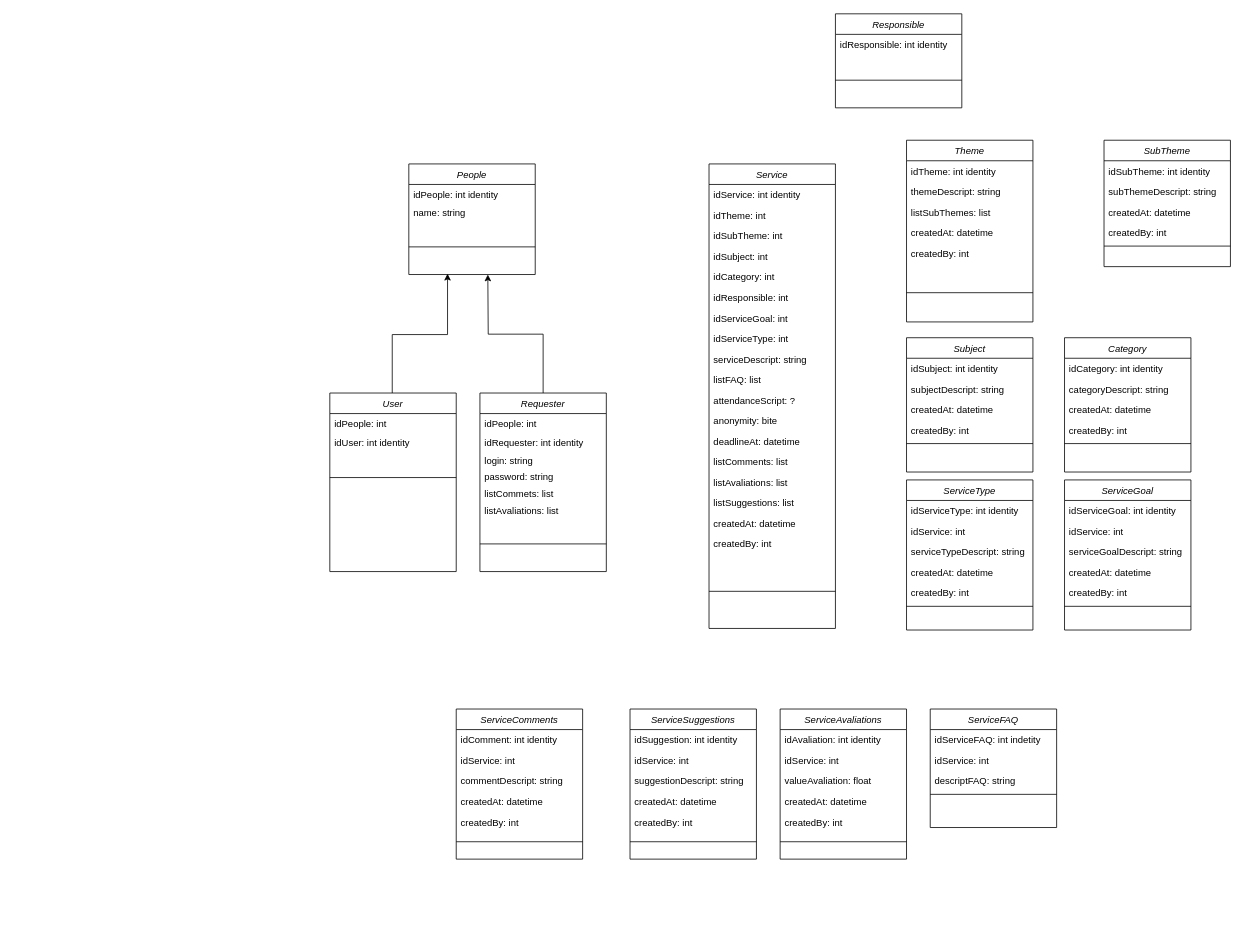
The draw.io diagram diagramaclasseCMS.drawio in scsoliveira/POO-CSharp, before the edit. Source tidied: cells renumbered, new cells numbered last; positions are measured from the earlier drawing's top-left corner, leaving out a move shared by most shapes. Both pictures are drawn from the tidied source at 79%, with x=0, y=0 at pixel (329, 13).
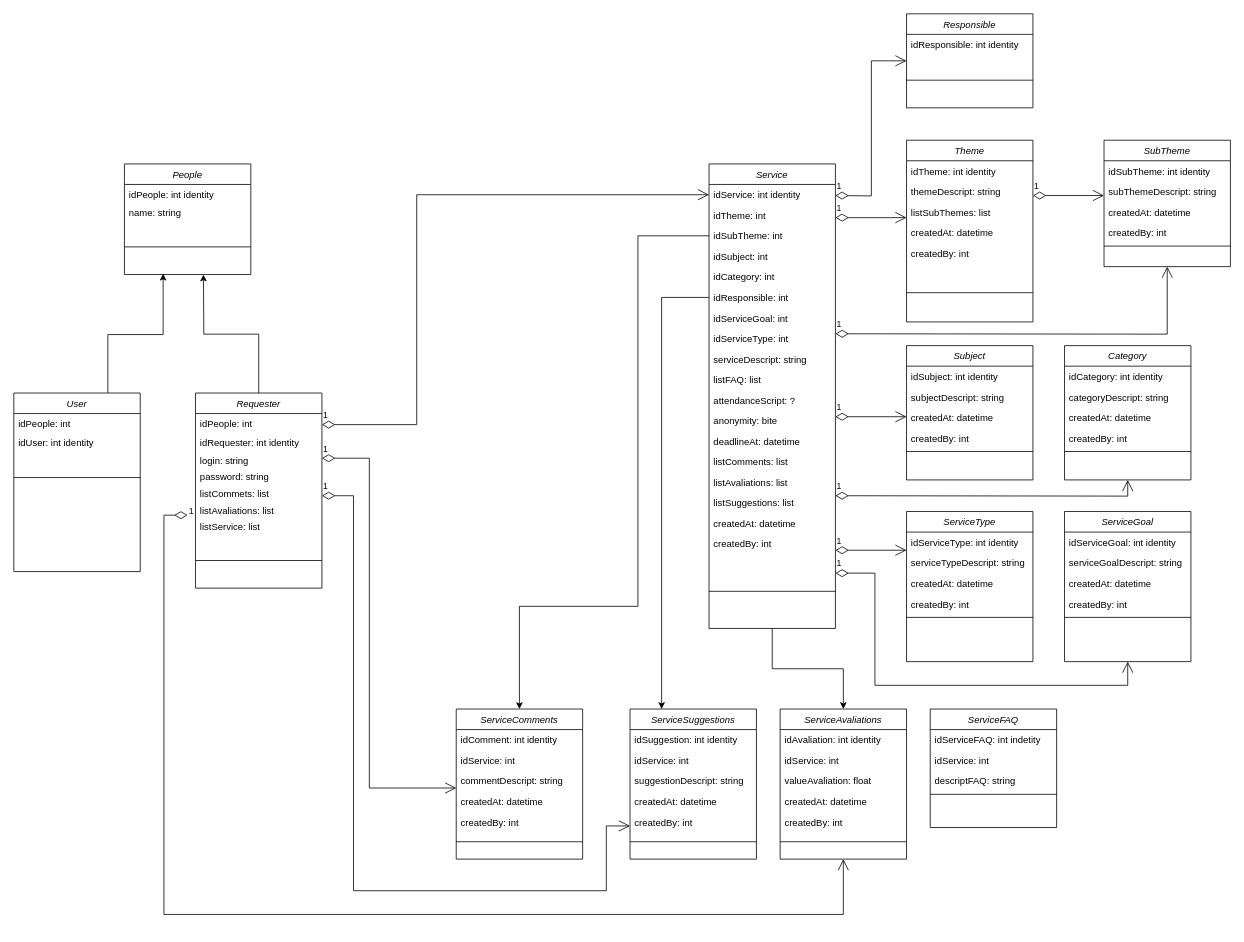
After the change.

Unchanged cells that the change refers to:
```xml
<mxCell id="2" value="ServiceComments" style="swimlane;fontStyle=2;align=center;verticalAlign=top;horizontal=1;startSize=26;rounded=0;shadow=0;strokeWidth=1;" parent="1" vertex="1">
  <mxGeometry x="160" y="880" width="160" height="190" as="geometry" />
</mxCell>
<mxCell id="6" value="createdAt: datetime" style="text;align=left;verticalAlign=top;spacingLeft=4;spacingRight=4;overflow=hidden;points=[[0,0.5],[1,0.5]];portConstraint=eastwest;rounded=0;shadow=0;html=0;" parent="2" vertex="1">
  <mxGeometry y="104" width="160" height="26" as="geometry" />
</mxCell>
<mxCell id="21" value="ServiceAvaliations" style="swimlane;fontStyle=2;align=center;verticalAlign=top;horizontal=1;startSize=26;rounded=0;shadow=0;strokeWidth=1;" parent="1" vertex="1">
  <mxGeometry x="570" y="880" width="160" height="190" as="geometry" />
</mxCell>
<mxCell id="28" value="SubTheme" style="swimlane;fontStyle=2;align=center;verticalAlign=top;horizontal=1;startSize=26;rounded=0;shadow=0;strokeWidth=1;" parent="1" vertex="1">
  <mxGeometry x="980" y="160" width="160" height="160" as="geometry" />
</mxCell>
<mxCell id="37" value="Service" style="swimlane;fontStyle=2;align=center;verticalAlign=top;horizontal=1;startSize=26;rounded=0;shadow=0;strokeWidth=1;" parent="1" vertex="1">
  <mxGeometry x="480" y="190" width="160" height="588" as="geometry" />
</mxCell>
<mxCell id="38" value="idService: int identity" style="text;align=left;verticalAlign=top;spacingLeft=4;spacingRight=4;overflow=hidden;points=[[0,0.5],[1,0.5]];portConstraint=eastwest;" parent="37" vertex="1">
  <mxGeometry y="26" width="160" height="26" as="geometry" />
</mxCell>
<mxCell id="40" value="idSubTheme: int" style="text;align=left;verticalAlign=top;spacingLeft=4;spacingRight=4;overflow=hidden;points=[[0,0.5],[1,0.5]];portConstraint=eastwest;rounded=0;shadow=0;html=0;" parent="37" vertex="1">
  <mxGeometry y="78" width="160" height="26" as="geometry" />
</mxCell>
<mxCell id="43" value="idResponsible: int" style="text;align=left;verticalAlign=top;spacingLeft=4;spacingRight=4;overflow=hidden;points=[[0,0.5],[1,0.5]];portConstraint=eastwest;rounded=0;shadow=0;html=0;" parent="37" vertex="1">
  <mxGeometry y="156" width="160" height="26" as="geometry" />
</mxCell>
<mxCell id="92" value="login: string" style="text;align=left;verticalAlign=top;spacingLeft=4;spacingRight=4;overflow=hidden;points=[[0,0.5],[1,0.5]];portConstraint=eastwest;" parent="89" vertex="1">
  <mxGeometry y="72" width="160" height="21" as="geometry" />
</mxCell>
<mxCell id="101" value="ServiceSuggestions" style="swimlane;fontStyle=2;align=center;verticalAlign=top;horizontal=1;startSize=26;rounded=0;shadow=0;strokeWidth=1;" parent="1" vertex="1">
  <mxGeometry x="380" y="880" width="160" height="190" as="geometry" />
</mxCell>
<mxCell id="106" value="createdBy: int " style="text;align=left;verticalAlign=top;spacingLeft=4;spacingRight=4;overflow=hidden;points=[[0,0.5],[1,0.5]];portConstraint=eastwest;rounded=0;shadow=0;html=0;" parent="101" vertex="1">
  <mxGeometry y="130" width="160" height="36" as="geometry" />
</mxCell>
```

Diff of the diagram source:
```diff
@@
     <mxCell id="9" style="edgeStyle=orthogonalEdgeStyle;rounded=0;orthogonalLoop=1;jettySize=auto;html=1;" parent="1" edge="1">
       <mxGeometry relative="1" as="geometry">
-        <mxPoint x="79" y="483" as="sourcePoint" />
-        <mxPoint x="149" y="329" as="targetPoint" />
+        <mxPoint x="-281" y="483" as="sourcePoint" />
+        <mxPoint x="-211" y="329" as="targetPoint" />
         <Array as="points">
-          <mxPoint x="79" y="406" />
-          <mxPoint x="149" y="406" />
+          <mxPoint x="-281" y="406" />
+          <mxPoint x="-211" y="406" />
         </Array>
       </mxGeometry>
     </mxCell>
     <mxCell id="10" value="User" style="swimlane;fontStyle=2;align=center;verticalAlign=top;horizontal=1;startSize=26;rounded=0;shadow=0;strokeWidth=1;" parent="1" vertex="1">
-      <mxGeometry y="480" width="160" height="226" as="geometry" />
+      <mxGeometry x="-400" y="480" width="160" height="226" as="geometry" />
     </mxCell>
@@
     <mxCell id="34" value="Responsible" style="swimlane;fontStyle=2;align=center;verticalAlign=top;horizontal=1;startSize=26;rounded=0;shadow=0;strokeWidth=1;" parent="1" vertex="1">
-      <mxGeometry x="640" width="160" height="119" as="geometry" />
+      <mxGeometry x="730" width="160" height="119" as="geometry" />
     </mxCell>
@@
+    <mxCell id="108" style="edgeStyle=orthogonalEdgeStyle;rounded=0;jettySize=auto;html=1;exitX=0.5;exitY=1;exitDx=0;exitDy=0;" parent="1" edge="1" source="37" target="21">
+      <mxGeometry relative="1" as="geometry" />
+    </mxCell>
@@
     <mxCell id="57" value="ServiceGoal" style="swimlane;fontStyle=2;align=center;verticalAlign=top;horizontal=1;startSize=26;rounded=0;shadow=0;strokeWidth=1;" parent="1" vertex="1">
-      <mxGeometry x="930" y="590" width="160" height="190" as="geometry" />
+      <mxGeometry x="930" y="630" width="160" height="190" as="geometry" />
     </mxCell>
@@
-    <mxCell id="59" value="idService: int" style="text;align=left;verticalAlign=top;spacingLeft=4;spacingRight=4;overflow=hidden;rounded=0;shadow=0;html=0;" parent="57" vertex="1">
-      <mxGeometry y="52" width="160" height="26" as="geometry" />
-    </mxCell>
     <mxCell id="60" value="serviceGoalDescript: string" style="text;align=left;verticalAlign=top;spacingLeft=4;spacingRight=4;overflow=hidden;rounded=0;shadow=0;html=0;" parent="57" vertex="1">
-      <mxGeometry y="78" width="160" height="26" as="geometry" />
+      <mxGeometry y="52" width="160" height="26" as="geometry" />
     </mxCell>
     <mxCell id="61" value="createdAt: datetime" style="text;align=left;verticalAlign=top;spacingLeft=4;spacingRight=4;overflow=hidden;rounded=0;shadow=0;html=0;" parent="57" vertex="1">
-      <mxGeometry y="104" width="160" height="26" as="geometry" />
+      <mxGeometry y="78" width="160" height="26" as="geometry" />
     </mxCell>
     <mxCell id="62" value="createdBy: int " style="text;align=left;verticalAlign=top;spacingLeft=4;spacingRight=4;overflow=hidden;rounded=0;shadow=0;html=0;" parent="57" vertex="1">
-      <mxGeometry y="130" width="160" height="26" as="geometry" />
+      <mxGeometry y="104" width="160" height="26" as="geometry" />
     </mxCell>
     <mxCell id="63" style="line;html=1;strokeWidth=1;align=left;verticalAlign=middle;spacingTop=-1;spacingLeft=3;spacingRight=3;labelPosition=right;" parent="57" vertex="1">
-      <mxGeometry y="156" width="160" height="8" as="geometry" />
+      <mxGeometry y="130" width="160" height="8" as="geometry" />
     </mxCell>
     <mxCell id="64" value="ServiceType" style="swimlane;fontStyle=2;align=center;verticalAlign=top;horizontal=1;startSize=26;rounded=0;shadow=0;strokeWidth=1;" parent="1" vertex="1">
-      <mxGeometry x="730" y="590" width="160" height="190" as="geometry" />
+      <mxGeometry x="730" y="630" width="160" height="190" as="geometry" />
     </mxCell>
@@
-    <mxCell id="66" value="idService: int" style="text;align=left;verticalAlign=top;spacingLeft=4;spacingRight=4;overflow=hidden;rounded=0;shadow=0;html=0;" parent="64" vertex="1">
-      <mxGeometry y="52" width="160" height="26" as="geometry" />
-    </mxCell>
+    <mxCell id="109" value="1" style="endArrow=open;html=1;endSize=12;startArrow=diamondThin;startSize=14;startFill=0;edgeStyle=orthogonalEdgeStyle;align=left;verticalAlign=bottom;rounded=0;entryX=0.5;entryY=1;entryDx=0;entryDy=0;" parent="64" edge="1" target="57">
+      <mxGeometry x="-1" y="3" relative="1" as="geometry">
+        <mxPoint x="-90" y="78" as="sourcePoint" />
+        <Array as="points">
+          <mxPoint x="-40" y="78" />
+          <mxPoint x="-40" y="220" />
+          <mxPoint x="280" y="220" />
+        </Array>
+      </mxGeometry>
+    </mxCell>
     <mxCell id="67" value="serviceTypeDescript: string" style="text;align=left;verticalAlign=top;spacingLeft=4;spacingRight=4;overflow=hidden;rounded=0;shadow=0;html=0;" parent="64" vertex="1">
-      <mxGeometry y="78" width="160" height="26" as="geometry" />
+      <mxGeometry y="52" width="160" height="26" as="geometry" />
     </mxCell>
     <mxCell id="68" value="createdAt: datetime" style="text;align=left;verticalAlign=top;spacingLeft=4;spacingRight=4;overflow=hidden;rounded=0;shadow=0;html=0;" parent="64" vertex="1">
-      <mxGeometry y="104" width="160" height="26" as="geometry" />
+      <mxGeometry y="78" width="160" height="26" as="geometry" />
     </mxCell>
     <mxCell id="69" value="createdBy: int " style="text;align=left;verticalAlign=top;spacingLeft=4;spacingRight=4;overflow=hidden;rounded=0;shadow=0;html=0;" parent="64" vertex="1">
-      <mxGeometry y="130" width="160" height="26" as="geometry" />
+      <mxGeometry y="104" width="160" height="26" as="geometry" />
     </mxCell>
     <mxCell id="70" style="line;html=1;strokeWidth=1;align=left;verticalAlign=middle;spacingTop=-1;spacingLeft=3;spacingRight=3;labelPosition=right;" parent="64" vertex="1">
-      <mxGeometry y="156" width="160" height="8" as="geometry" />
+      <mxGeometry y="130" width="160" height="8" as="geometry" />
     </mxCell>
@@
     <mxCell id="76" value="Subject" style="swimlane;fontStyle=2;align=center;verticalAlign=top;horizontal=1;startSize=26;rounded=0;shadow=0;strokeWidth=1;" parent="1" vertex="1">
-      <mxGeometry x="730" y="410" width="160" height="170" as="geometry" />
+      <mxGeometry x="730" y="420" width="160" height="170" as="geometry" />
     </mxCell>
@@
     <mxCell id="82" value="Category" style="swimlane;fontStyle=2;align=center;verticalAlign=top;horizontal=1;startSize=26;rounded=0;shadow=0;strokeWidth=1;" parent="1" vertex="1">
-      <mxGeometry x="930" y="410" width="160" height="170" as="geometry" />
+      <mxGeometry x="930" y="420" width="160" height="170" as="geometry" />
     </mxCell>
@@
     <mxCell id="88" style="edgeStyle=orthogonalEdgeStyle;rounded=0;jettySize=auto;html=1;" parent="1" edge="1" source="89">
       <mxGeometry relative="1" as="geometry">
-        <mxPoint x="200" y="330" as="targetPoint" />
+        <mxPoint x="-160" y="330" as="targetPoint" />
       </mxGeometry>
     </mxCell>
     <mxCell id="89" value="Requester" style="swimlane;fontStyle=2;align=center;verticalAlign=top;horizontal=1;startSize=26;rounded=0;shadow=0;strokeWidth=1;" parent="1" vertex="1">
-      <mxGeometry x="190" y="480" width="160" height="226" as="geometry" />
+      <mxGeometry x="-170" y="480" width="160" height="247" as="geometry" />
     </mxCell>
@@
+    <mxCell id="110" value="1" style="endArrow=open;html=1;endSize=12;startArrow=diamondThin;startSize=14;startFill=0;edgeStyle=orthogonalEdgeStyle;align=left;verticalAlign=bottom;rounded=0;entryX=0.5;entryY=1;entryDx=0;entryDy=0;" parent="89" edge="1" target="21">
+      <mxGeometry x="-1" y="3" relative="1" as="geometry">
+        <mxPoint x="-10" y="154.6" as="sourcePoint" />
+        <Array as="points">
+          <mxPoint x="-40" y="155" />
+          <mxPoint x="-40" y="660" />
+          <mxPoint x="820" y="660" />
+        </Array>
+      </mxGeometry>
+    </mxCell>
+    <mxCell id="111" value="listService: list" style="text;align=left;verticalAlign=top;spacingLeft=4;spacingRight=4;overflow=hidden;" parent="89" vertex="1">
+      <mxGeometry y="156" width="160" height="21" as="geometry" />
+    </mxCell>
     <mxCell id="96" style="line;html=1;strokeWidth=1;align=left;verticalAlign=middle;spacingTop=-1;spacingLeft=3;spacingRight=3;labelPosition=right;" parent="89" vertex="1">
-      <mxGeometry y="156" width="160" height="70" as="geometry" />
+      <mxGeometry y="177" width="160" height="70" as="geometry" />
     </mxCell>
     <mxCell id="97" value="People" style="swimlane;fontStyle=2;align=center;verticalAlign=top;horizontal=1;startSize=26;rounded=0;shadow=0;strokeWidth=1;" parent="1" vertex="1">
-      <mxGeometry x="100" y="190" width="160" height="140" as="geometry" />
+      <mxGeometry x="-260" y="190" width="160" height="140" as="geometry" />
     </mxCell>
@@
+    <mxCell id="112" value="1" style="endArrow=open;html=1;endSize=12;startArrow=diamondThin;startSize=14;startFill=0;edgeStyle=orthogonalEdgeStyle;align=left;verticalAlign=bottom;rounded=0;" parent="1" edge="1">
+      <mxGeometry x="-1" y="3" relative="1" as="geometry">
+        <mxPoint x="640" y="258" as="sourcePoint" />
+        <mxPoint x="730" y="258" as="targetPoint" />
+      </mxGeometry>
+    </mxCell>
+    <mxCell id="113" value="1" style="endArrow=open;html=1;endSize=12;startArrow=diamondThin;startSize=14;startFill=0;edgeStyle=orthogonalEdgeStyle;align=left;verticalAlign=bottom;rounded=0;entryX=0.5;entryY=1;entryDx=0;entryDy=0;" parent="1" edge="1" target="28">
+      <mxGeometry x="-1" y="3" relative="1" as="geometry">
+        <mxPoint x="640" y="405" as="sourcePoint" />
+      </mxGeometry>
+    </mxCell>
+    <mxCell id="114" value="1" style="endArrow=open;html=1;endSize=12;startArrow=diamondThin;startSize=14;startFill=0;edgeStyle=orthogonalEdgeStyle;align=left;verticalAlign=bottom;rounded=0;" parent="1" edge="1">
+      <mxGeometry x="-1" y="3" relative="1" as="geometry">
+        <mxPoint x="640" y="510" as="sourcePoint" />
+        <mxPoint x="730" y="510" as="targetPoint" />
+      </mxGeometry>
+    </mxCell>
+    <mxCell id="115" value="1" style="endArrow=open;html=1;endSize=12;startArrow=diamondThin;startSize=14;startFill=0;edgeStyle=orthogonalEdgeStyle;align=left;verticalAlign=bottom;rounded=0;entryX=0.5;entryY=1;entryDx=0;entryDy=0;" parent="1" edge="1" target="82">
+      <mxGeometry x="-1" y="3" relative="1" as="geometry">
+        <mxPoint x="640" y="610" as="sourcePoint" />
+      </mxGeometry>
+    </mxCell>
+    <mxCell id="116" value="1" style="endArrow=open;html=1;endSize=12;startArrow=diamondThin;startSize=14;startFill=0;edgeStyle=orthogonalEdgeStyle;align=left;verticalAlign=bottom;rounded=0;" parent="1" edge="1">
+      <mxGeometry x="-1" y="3" relative="1" as="geometry">
+        <mxPoint x="640" y="679" as="sourcePoint" />
+        <mxPoint x="730" y="679" as="targetPoint" />
+      </mxGeometry>
+    </mxCell>
+    <mxCell id="117" value="1" style="endArrow=open;html=1;endSize=12;startArrow=diamondThin;startSize=14;startFill=0;edgeStyle=orthogonalEdgeStyle;align=left;verticalAlign=bottom;rounded=0;entryX=0;entryY=0.5;entryDx=0;entryDy=0;" parent="1" edge="1" target="34">
+      <mxGeometry x="-1" y="3" relative="1" as="geometry">
+        <mxPoint x="640" y="230" as="sourcePoint" />
+      </mxGeometry>
+    </mxCell>
+    <mxCell id="118" value="1" style="endArrow=open;html=1;endSize=12;startArrow=diamondThin;startSize=14;startFill=0;edgeStyle=orthogonalEdgeStyle;align=left;verticalAlign=bottom;rounded=0;" parent="1" edge="1">
+      <mxGeometry x="-1" y="3" relative="1" as="geometry">
+        <mxPoint x="890" y="230" as="sourcePoint" />
+        <mxPoint x="980" y="230" as="targetPoint" />
+      </mxGeometry>
+    </mxCell>
+    <mxCell id="119" style="edgeStyle=orthogonalEdgeStyle;rounded=0;jettySize=auto;html=1;entryX=0.5;entryY=0;entryDx=0;entryDy=0;exitX=0;exitY=0.5;exitDx=0;exitDy=0;" parent="1" edge="1" source="40" target="2">
+      <mxGeometry relative="1" as="geometry">
+        <Array as="points">
+          <mxPoint x="390" y="281" />
+          <mxPoint x="390" y="750" />
+          <mxPoint x="240" y="750" />
+        </Array>
+      </mxGeometry>
+    </mxCell>
+    <mxCell id="120" style="edgeStyle=orthogonalEdgeStyle;rounded=0;jettySize=auto;html=1;exitX=0;exitY=0.5;exitDx=0;exitDy=0;entryX=0.25;entryY=0;entryDx=0;entryDy=0;" parent="1" edge="1" source="43" target="101">
+      <mxGeometry relative="1" as="geometry" />
+    </mxCell>
+    <mxCell id="121" value="1" style="endArrow=open;html=1;endSize=12;startArrow=diamondThin;startSize=14;startFill=0;edgeStyle=orthogonalEdgeStyle;align=left;verticalAlign=bottom;rounded=0;entryX=0;entryY=-0.154;entryDx=0;entryDy=0;entryPerimeter=0;exitX=1;exitY=0.5;exitDx=0;exitDy=0;" parent="1" edge="1" source="92" target="6">
+      <mxGeometry x="-1" y="3" relative="1" as="geometry">
+        <Array as="points">
+          <mxPoint x="50" y="563" />
+          <mxPoint x="50" y="980" />
+        </Array>
+      </mxGeometry>
+    </mxCell>
+    <mxCell id="122" value="1" style="endArrow=open;html=1;endSize=12;startArrow=diamondThin;startSize=14;startFill=0;edgeStyle=orthogonalEdgeStyle;align=left;verticalAlign=bottom;rounded=0;entryX=0;entryY=0.5;entryDx=0;entryDy=0;" parent="1" edge="1" target="106">
+      <mxGeometry x="-1" y="3" relative="1" as="geometry">
+        <mxPoint x="-10" y="610" as="sourcePoint" />
+        <Array as="points">
+          <mxPoint x="30" y="610" />
+          <mxPoint x="30" y="1110" />
+          <mxPoint x="350" y="1110" />
+          <mxPoint x="350" y="1028" />
+        </Array>
+      </mxGeometry>
+    </mxCell>
+    <mxCell id="123" value="1" style="endArrow=open;html=1;endSize=12;startArrow=diamondThin;startSize=14;startFill=0;edgeStyle=orthogonalEdgeStyle;align=left;verticalAlign=bottom;rounded=0;entryX=0;entryY=0.5;entryDx=0;entryDy=0;" parent="1" edge="1" target="38">
+      <mxGeometry x="-1" y="3" relative="1" as="geometry">
+        <mxPoint x="-10" y="520" as="sourcePoint" />
+        <Array as="points">
+          <mxPoint x="110" y="520" />
+          <mxPoint x="110" y="229" />
+        </Array>
+      </mxGeometry>
+    </mxCell>
```
